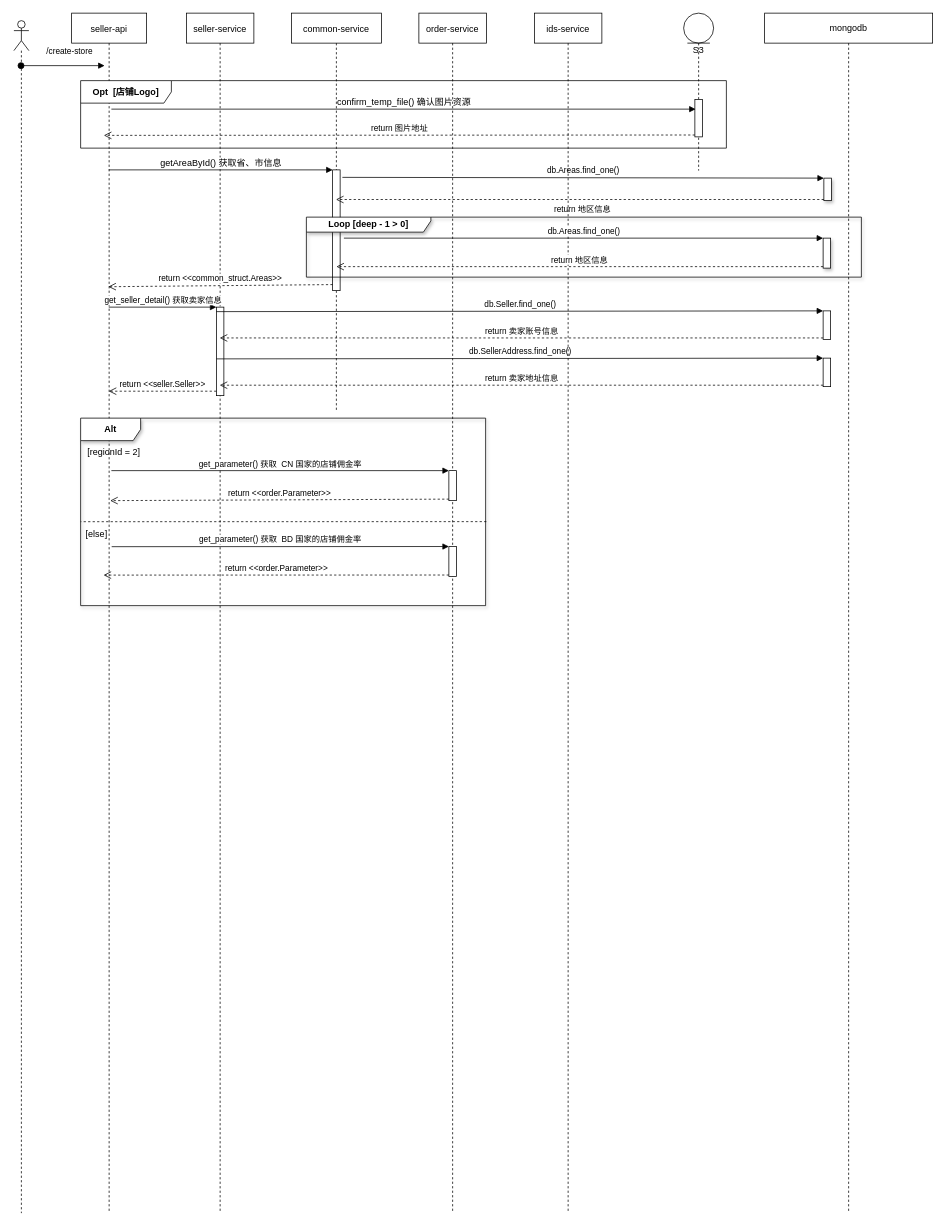
Before: 开店时序图.drawio in wjctim/design-draw, a draw.io diagram. Source tidied: cells renumbered, new cells numbered last; positions are measured from the earlier drawing's top-left corner, leaving out a move shared by most shapes. Both pictures are drawn from the tidied source at 75%, with x=0, y=0 at pixel (14, 13).
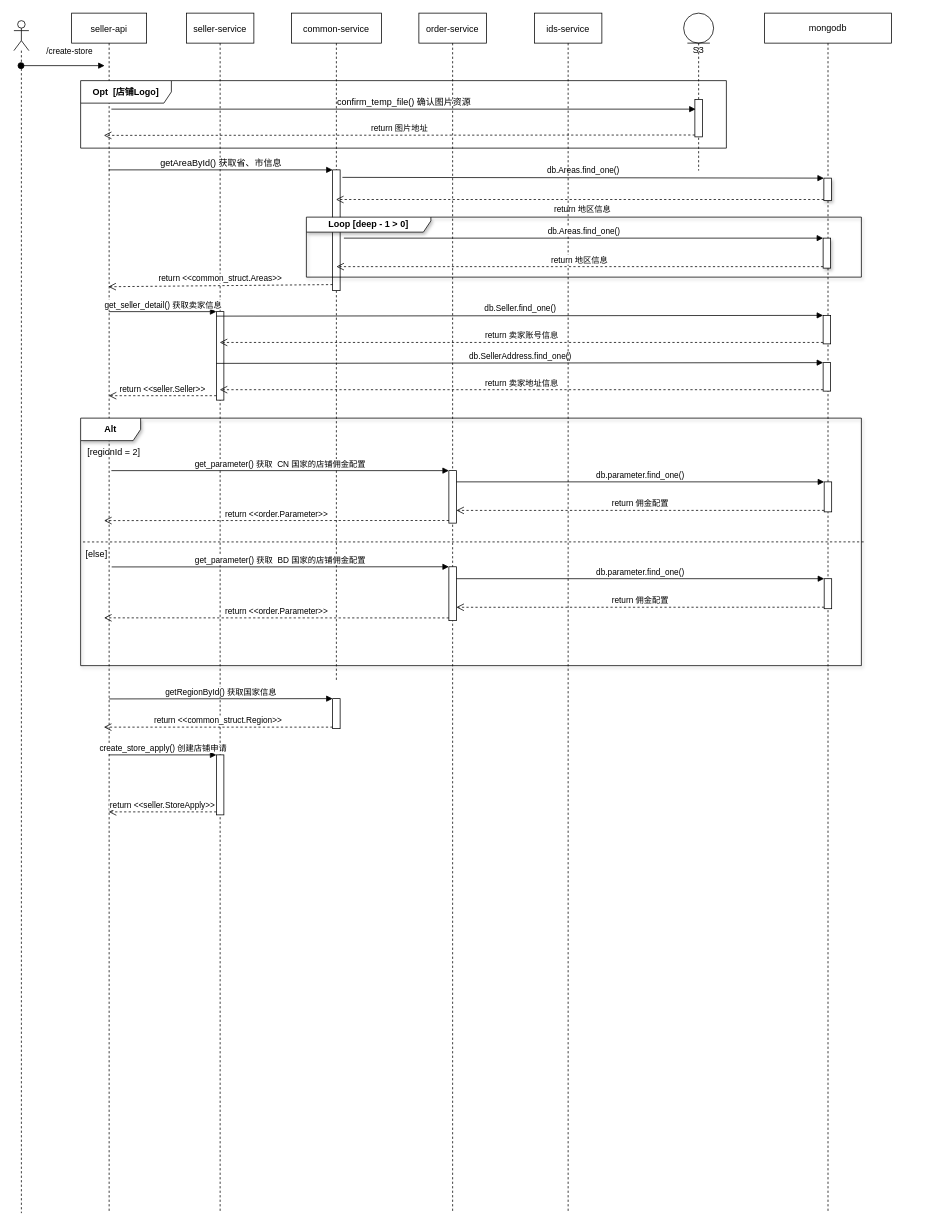
The same page after the edit.

Commit message (it also covers changes not shown here):
更新开店时序图.drawio

Unchanged cells that the change refers to:
```xml
<mxCell id="2" value="seller-api" style="shape=umlLifeline;perimeter=lifelinePerimeter;rounded=0;shadow=0;strokeWidth=1;" parent="1" vertex="1">
  <mxGeometry x="77" width="100" height="1600" as="geometry" />
</mxCell>
<mxCell id="5" value="seller-service" style="shape=umlLifeline;perimeter=lifelinePerimeter;rounded=0;shadow=0;strokeWidth=1;" parent="1" vertex="1">
  <mxGeometry x="230" width="90" height="1600" as="geometry" />
</mxCell>
<mxCell id="28" value="ids-service" style="shape=umlLifeline;perimeter=lifelinePerimeter;rounded=0;shadow=0;strokeWidth=1;" parent="1" vertex="1">
  <mxGeometry x="694" width="90" height="1600" as="geometry" />
</mxCell>
```

What changed in the source:
```diff
@@
     <mxCell id="6" style="html=1;points=[];perimeter=orthogonalPerimeter;" parent="5" vertex="1">
-      <mxGeometry x="40" y="392" width="10" height="118" as="geometry" />
+      <mxGeometry x="40" y="398" width="10" height="118" as="geometry" />
     </mxCell>
+    <mxCell id="44" style="html=1;points=[];perimeter=orthogonalPerimeter;" parent="5" vertex="1">
+      <mxGeometry x="40" y="989" width="10" height="80" as="geometry" />
+    </mxCell>
@@
     <mxCell id="11" value="common-service" style="shape=umlLifeline;perimeter=lifelinePerimeter;rounded=0;shadow=0;strokeWidth=1;" parent="1" vertex="1">
-      <mxGeometry x="370" width="120" height="530" as="geometry" />
+      <mxGeometry x="370" width="120" height="890" as="geometry" />
     </mxCell>
@@
+    <mxCell id="45" style="html=1;points=[];perimeter=orthogonalPerimeter;" parent="11" vertex="1">
+      <mxGeometry x="55" y="914" width="10" height="40" as="geometry" />
+    </mxCell>
+    <mxCell id="46" value="return &amp;lt;&amp;lt;common_struct.Region&amp;gt;&amp;gt;" style="html=1;verticalAlign=bottom;endArrow=open;dashed=1;endSize=8;exitX=0;exitY=0.95;rounded=0;" parent="11" edge="1" source="45">
+      <mxGeometry relative="1" as="geometry">
+        <mxPoint x="-250" y="952" as="targetPoint" />
+      </mxGeometry>
+    </mxCell>
@@
     <mxCell id="17" value="mongodb" style="shape=umlLifeline;perimeter=lifelinePerimeter;whiteSpace=wrap;html=1;rounded=0;glass=0;sketch=0;" parent="1" vertex="1">
-      <mxGeometry x="1001" width="224" height="1600" as="geometry" />
+      <mxGeometry x="1001" width="169" height="1600" as="geometry" />
     </mxCell>
@@
     <mxCell id="20" style="html=1;points=[];perimeter=orthogonalPerimeter;" parent="17" vertex="1">
-      <mxGeometry x="78" y="397" width="10" height="38" as="geometry" />
+      <mxGeometry x="78" y="403" width="10" height="38" as="geometry" />
     </mxCell>
     <mxCell id="21" style="html=1;points=[];perimeter=orthogonalPerimeter;" parent="17" vertex="1">
-      <mxGeometry x="78" y="460" width="10" height="38" as="geometry" />
+      <mxGeometry x="78" y="466" width="10" height="38" as="geometry" />
     </mxCell>
     <mxCell id="22" value="db.SellerAddress.find_one()" style="html=1;verticalAlign=bottom;endArrow=block;entryX=0;entryY=0;rounded=0;exitX=0;exitY=0.013;exitDx=0;exitDy=0;exitPerimeter=0;" parent="17" edge="1" target="21">
       <mxGeometry relative="1" as="geometry">
-        <mxPoint x="-731" y="461" as="sourcePoint" />
+        <mxPoint x="-731" y="467" as="sourcePoint" />
       </mxGeometry>
     </mxCell>
     <mxCell id="23" value="return 卖家地址信息" style="html=1;verticalAlign=bottom;endArrow=open;dashed=1;endSize=8;exitX=0;exitY=0.95;rounded=0;" parent="17" edge="1" source="21">
       <mxGeometry relative="1" as="geometry">
-        <mxPoint x="-726.5" y="496.1" as="targetPoint" />
+        <mxPoint x="-726.5" y="502.1" as="targetPoint" />
       </mxGeometry>
     </mxCell>
@@
     <mxCell id="27" value="&lt;b&gt;Alt&lt;/b&gt;" style="shape=umlFrame;whiteSpace=wrap;html=1;rounded=0;shadow=1;glass=0;sketch=0;width=80;height=30;" parent="1" vertex="1">
-      <mxGeometry x="89" y="540" width="540" height="250" as="geometry" />
+      <mxGeometry x="89" y="540" width="1041" height="330" as="geometry" />
     </mxCell>
@@
-    <mxCell id="29" style="endArrow=none;dashed=1;html=1;rounded=0;" parent="28" edge="1">
+    <mxCell id="29" style="endArrow=none;dashed=1;html=1;rounded=0;exitX=1.003;exitY=0.5;exitDx=0;exitDy=0;exitPerimeter=0;" parent="28" edge="1" source="27">
       <mxGeometry relative="1" as="geometry">
-        <mxPoint x="-64" y="678" as="sourcePoint" />
-        <mxPoint x="-605" y="678.1" as="targetPoint" />
+        <mxPoint x="-605" y="705.1" as="targetPoint" />
       </mxGeometry>
     </mxCell>
@@
     <mxCell id="32" value="get_seller_detail() 获取卖家信息" style="html=1;verticalAlign=bottom;endArrow=block;entryX=0;entryY=0;rounded=0;" parent="1" edge="1" target="6">
       <mxGeometry relative="1" as="geometry">
-        <mxPoint x="126.5" y="392" as="sourcePoint" />
+        <mxPoint x="126.5" y="398" as="sourcePoint" />
       </mxGeometry>
     </mxCell>
     <mxCell id="33" value="db.Seller.find_one()" style="html=1;verticalAlign=bottom;endArrow=block;entryX=0;entryY=0;rounded=0;exitX=0;exitY=0.013;exitDx=0;exitDy=0;exitPerimeter=0;" parent="1" edge="1" target="20">
       <mxGeometry relative="1" as="geometry">
-        <mxPoint x="270" y="398" as="sourcePoint" />
+        <mxPoint x="270" y="404" as="sourcePoint" />
       </mxGeometry>
     </mxCell>
-    <mxCell id="34" value="return 卖家账号信息" style="html=1;verticalAlign=bottom;endArrow=open;dashed=1;endSize=8;exitX=0;exitY=0.95;rounded=0;" parent="1" edge="1" source="20" target="5">
-      <mxGeometry relative="1" as="geometry" />
+    <mxCell id="34" value="return 卖家账号信息" style="html=1;verticalAlign=bottom;endArrow=open;dashed=1;endSize=8;exitX=0;exitY=0.95;rounded=0;" parent="1" edge="1" source="20">
+      <mxGeometry relative="1" as="geometry">
+        <mxPoint x="274.5" y="439.1" as="targetPoint" />
+      </mxGeometry>
     </mxCell>
-    <mxCell id="35" value="return &amp;lt;&amp;lt;seller.Seller&amp;gt;&amp;gt;" style="html=1;verticalAlign=bottom;endArrow=open;dashed=1;endSize=8;exitX=0;exitY=0.95;rounded=0;" parent="1" edge="1" source="6" target="2">
-      <mxGeometry relative="1" as="geometry" />
+    <mxCell id="35" value="return &amp;lt;&amp;lt;seller.Seller&amp;gt;&amp;gt;" style="html=1;verticalAlign=bottom;endArrow=open;dashed=1;endSize=8;exitX=0;exitY=0.95;rounded=0;" parent="1" edge="1" source="6">
+      <mxGeometry relative="1" as="geometry">
+        <mxPoint x="126.5" y="510.1" as="targetPoint" />
+      </mxGeometry>
     </mxCell>
@@
     <mxCell id="37" value="[else]" style="text;html=1;strokeColor=none;fillColor=none;align=center;verticalAlign=middle;whiteSpace=wrap;rounded=0;" parent="1" vertex="1">
-      <mxGeometry x="89" y="678" width="43" height="33.2" as="geometry" />
+      <mxGeometry x="89" y="705" width="43" height="33.2" as="geometry" />
     </mxCell>
     <mxCell id="38" style="html=1;points=[];perimeter=orthogonalPerimeter;" parent="1" vertex="1">
-      <mxGeometry x="580" y="610" width="10" height="40" as="geometry" />
+      <mxGeometry x="580" y="610" width="10" height="70" as="geometry" />
     </mxCell>
-    <mxCell id="39" value="get_parameter() 获取&amp;nbsp; CN 国家的店铺佣金率" style="html=1;verticalAlign=bottom;endArrow=block;entryX=0;entryY=0;rounded=0;" parent="1" edge="1" target="38">
+    <mxCell id="39" value="get_parameter() 获取&amp;nbsp; CN 国家的店铺佣金配置" style="html=1;verticalAlign=bottom;endArrow=block;entryX=0;entryY=0;rounded=0;" parent="1" edge="1" target="38">
       <mxGeometry relative="1" as="geometry">
         <mxPoint x="130" y="610" as="sourcePoint" />
       </mxGeometry>
     </mxCell>
-    <mxCell id="40" value="return &amp;lt;&amp;lt;order.Parameter&amp;gt;&amp;gt;" style="html=1;verticalAlign=bottom;endArrow=open;dashed=1;endSize=8;exitX=0;exitY=0.95;rounded=0;entryX=0.073;entryY=0.44;entryDx=0;entryDy=0;entryPerimeter=0;" parent="1" edge="1" source="38" target="27">
+    <mxCell id="40" value="return &amp;lt;&amp;lt;order.Parameter&amp;gt;&amp;gt;" style="html=1;verticalAlign=bottom;endArrow=open;dashed=1;endSize=8;exitX=0;exitY=0.95;rounded=0;entryX=0.03;entryY=0.414;entryDx=0;entryDy=0;entryPerimeter=0;" parent="1" edge="1" source="38" target="27">
       <mxGeometry relative="1" as="geometry" />
     </mxCell>
     <mxCell id="41" style="html=1;points=[];perimeter=orthogonalPerimeter;" parent="1" vertex="1">
-      <mxGeometry x="580" y="711.2" width="10" height="40" as="geometry" />
+      <mxGeometry x="580" y="738.2" width="10" height="71.8" as="geometry" />
     </mxCell>
-    <mxCell id="42" value="get_parameter() 获取&amp;nbsp; BD 国家的店铺佣金率" style="html=1;verticalAlign=bottom;endArrow=block;entryX=0;entryY=0;rounded=0;exitX=0.056;exitY=0.231;exitDx=0;exitDy=0;exitPerimeter=0;" parent="1" edge="1" target="41">
+    <mxCell id="42" value="get_parameter() 获取&amp;nbsp; BD 国家的店铺佣金配置" style="html=1;verticalAlign=bottom;endArrow=block;entryX=0;entryY=0;rounded=0;exitX=0.056;exitY=0.231;exitDx=0;exitDy=0;exitPerimeter=0;" parent="1" edge="1" target="41">
       <mxGeometry relative="1" as="geometry">
-        <mxPoint x="130.4" y="711.4" as="sourcePoint" />
+        <mxPoint x="130.4" y="738.4" as="sourcePoint" />
       </mxGeometry>
     </mxCell>
-    <mxCell id="43" value="return &amp;lt;&amp;lt;order.Parameter&amp;gt;&amp;gt;" style="html=1;verticalAlign=bottom;endArrow=open;dashed=1;endSize=8;exitX=0;exitY=0.95;rounded=0;entryX=0.044;entryY=0.356;entryDx=0;entryDy=0;entryPerimeter=0;" parent="1" edge="1" source="41">
-      <mxGeometry relative="1" as="geometry">
-        <mxPoint x="119.6" y="749.3" as="targetPoint" />
-      </mxGeometry>
+    <mxCell id="43" value="return &amp;lt;&amp;lt;order.Parameter&amp;gt;&amp;gt;" style="html=1;verticalAlign=bottom;endArrow=open;dashed=1;endSize=8;exitX=0;exitY=0.95;rounded=0;entryX=0.03;entryY=0.807;entryDx=0;entryDy=0;entryPerimeter=0;" parent="1" edge="1" source="41" target="27">
+      <mxGeometry relative="1" as="geometry" />
     </mxCell>
+    <mxCell id="47" value="getRegionById() 获取国家信息" style="html=1;verticalAlign=bottom;endArrow=block;entryX=0;entryY=0;rounded=0;exitX=0.5;exitY=0.519;exitDx=0;exitDy=0;exitPerimeter=0;" parent="1" edge="1" target="45">
+      <mxGeometry relative="1" as="geometry">
+        <mxPoint x="127" y="914.4" as="sourcePoint" />
+      </mxGeometry>
+    </mxCell>
+    <mxCell id="48" value="create_store_apply() 创建店铺申请" style="html=1;verticalAlign=bottom;endArrow=block;entryX=0;entryY=0;rounded=0;" parent="1" edge="1" target="44">
+      <mxGeometry relative="1" as="geometry">
+        <mxPoint x="126.5" y="989" as="sourcePoint" />
+      </mxGeometry>
+    </mxCell>
+    <mxCell id="49" value="return &amp;lt;&amp;lt;seller.StoreApply&amp;gt;&amp;gt;" style="html=1;verticalAlign=bottom;endArrow=open;dashed=1;endSize=8;exitX=0;exitY=0.95;rounded=0;" parent="1" edge="1" source="44">
+      <mxGeometry relative="1" as="geometry">
+        <mxPoint x="126.5" y="1065" as="targetPoint" />
+      </mxGeometry>
+    </mxCell>
+    <mxCell id="50" style="html=1;points=[];perimeter=orthogonalPerimeter;" parent="1" vertex="1">
+      <mxGeometry x="1080.4" y="625" width="10" height="40" as="geometry" />
+    </mxCell>
+    <mxCell id="51" value="db.parameter.find_one()" style="html=1;verticalAlign=bottom;endArrow=block;entryX=0;entryY=0;rounded=0;exitX=1;exitY=0.214;exitDx=0;exitDy=0;exitPerimeter=0;" parent="1" edge="1" source="38" target="50">
+      <mxGeometry relative="1" as="geometry" />
+    </mxCell>
+    <mxCell id="52" value="return 佣金配置" style="html=1;verticalAlign=bottom;endArrow=open;dashed=1;endSize=8;exitX=0;exitY=0.95;rounded=0;entryX=1;entryY=0.758;entryDx=0;entryDy=0;entryPerimeter=0;" parent="1" edge="1" source="50" target="38">
+      <mxGeometry relative="1" as="geometry" />
+    </mxCell>
+    <mxCell id="53" style="html=1;points=[];perimeter=orthogonalPerimeter;" parent="1" vertex="1">
+      <mxGeometry x="1080.4" y="754.1" width="10" height="40" as="geometry" />
+    </mxCell>
+    <mxCell id="54" value="db.parameter.find_one()" style="html=1;verticalAlign=bottom;endArrow=block;entryX=0;entryY=0;rounded=0;exitX=1;exitY=0.214;exitDx=0;exitDy=0;exitPerimeter=0;" parent="1" edge="1" target="53">
+      <mxGeometry relative="1" as="geometry">
+        <mxPoint x="590" y="754.1" as="sourcePoint" />
+      </mxGeometry>
+    </mxCell>
+    <mxCell id="55" value="return 佣金配置" style="html=1;verticalAlign=bottom;endArrow=open;dashed=1;endSize=8;exitX=0;exitY=0.95;rounded=0;entryX=1;entryY=0.758;entryDx=0;entryDy=0;entryPerimeter=0;" parent="1" edge="1" source="53">
+      <mxGeometry relative="1" as="geometry">
+        <mxPoint x="590" y="792.2" as="targetPoint" />
+      </mxGeometry>
+    </mxCell>
```
